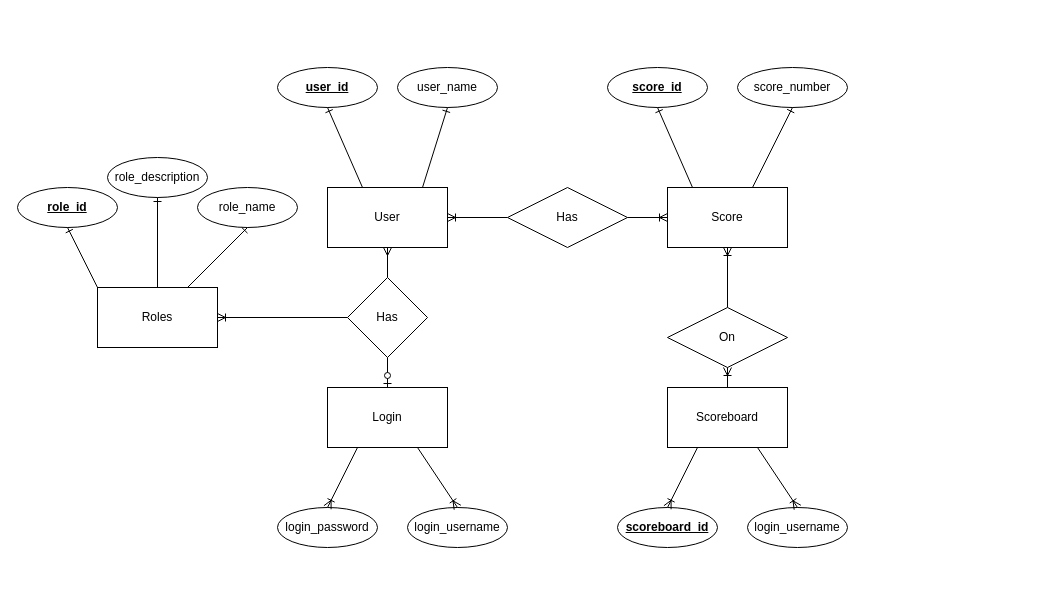
The draw.io diagram CITS3403-ERD.drawio in mattshroom/Agile-Project-2022, before the edit. Source tidied: cells renumbered, new cells numbered last; positions are measured from the earlier drawing's top-left corner, leaving out a move shared by most shapes. Both pictures are drawn from the tidied source at 100%, with x=0, y=0 at pixel (17, 67).
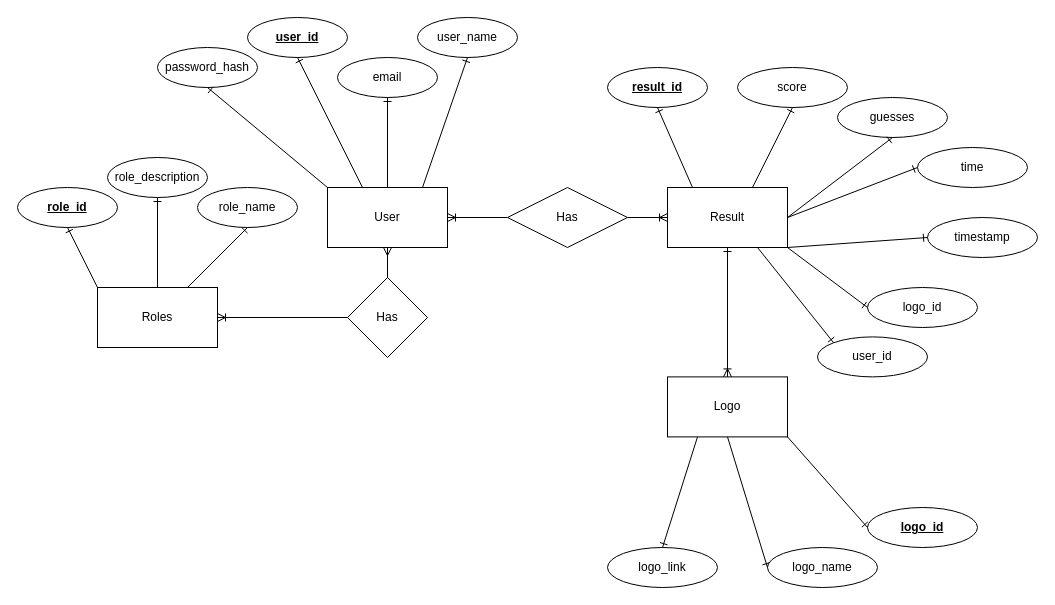
The same page after the edit.

The change refers to these unchanged cells:
```xml
<mxCell id="2" value="User" style="rounded=0;whiteSpace=wrap;html=1;fillColor=default;" parent="1" vertex="1">
  <mxGeometry x="310" y="120" width="120" height="60" as="geometry" />
</mxCell>
<mxCell id="4" value="&lt;div&gt;Has&lt;/div&gt;" style="rhombus;whiteSpace=wrap;html=1;fillColor=default;" parent="1" vertex="1">
  <mxGeometry x="330" y="210" width="80" height="80" as="geometry" />
</mxCell>
```

What changed in the source:
```diff
@@
+    <mxCell id="39" style="rounded=0;jettySize=auto;html=1;exitX=0.5;exitY=1;exitDx=0;exitDy=0;entryX=0.5;entryY=0;entryDx=0;entryDy=0;endArrow=ERoneToMany;endFill=0;startArrow=ERone;startFill=0;" parent="1" edge="1" source="3" target="54">
+      <mxGeometry relative="1" as="geometry" />
+    </mxCell>
-    <mxCell id="3" value="&lt;div&gt;Score&lt;/div&gt;" style="rounded=0;whiteSpace=wrap;html=1;fillColor=default;" parent="1" vertex="1">
+    <mxCell id="3" value="&lt;div&gt;Result&lt;/div&gt;" style="rounded=0;whiteSpace=wrap;html=1;fillColor=default;" parent="1" vertex="1">
       <mxGeometry x="650" y="120" width="120" height="60" as="geometry" />
     </mxCell>
@@
-    <mxCell id="5" value="Login" style="rounded=0;whiteSpace=wrap;html=1;fillColor=default;" parent="1" vertex="1">
-      <mxGeometry x="310" y="320" width="120" height="60" as="geometry" />
-    </mxCell>
@@
-    <mxCell id="7" style="fontSize=12;html=1;endArrow=ERzeroToOne;endFill=1;rounded=0;entryX=0.5;entryY=0;entryDx=0;entryDy=0;exitX=0.5;exitY=1;exitDx=0;exitDy=0;" parent="1" edge="1" source="4" target="5">
-      <mxGeometry relative="1" as="geometry" />
-    </mxCell>
@@
     <mxCell id="9" value="user_name" style="ellipse;whiteSpace=wrap;html=1;align=center;" parent="1" vertex="1">
-      <mxGeometry x="380" width="100" height="40" as="geometry" />
+      <mxGeometry x="400" y="-50" width="100" height="40" as="geometry" />
     </mxCell>
     <mxCell id="10" value="&lt;b&gt;&lt;u&gt;user_id&lt;/u&gt;&lt;/b&gt;" style="ellipse;whiteSpace=wrap;html=1;align=center;" parent="1" vertex="1">
-      <mxGeometry x="260" width="100" height="40" as="geometry" />
+      <mxGeometry x="230" y="-50" width="100" height="40" as="geometry" />
     </mxCell>
@@
-    <mxCell id="21" value="login_password" style="ellipse;whiteSpace=wrap;html=1;align=center;" parent="1" vertex="1">
-      <mxGeometry x="260" y="440" width="100" height="40" as="geometry" />
-    </mxCell>
-    <mxCell id="22" value="&lt;div&gt;login_username&lt;/div&gt;" style="ellipse;whiteSpace=wrap;html=1;align=center;rotation=0;" parent="1" vertex="1">
-      <mxGeometry x="390" y="440" width="100" height="40" as="geometry" />
-    </mxCell>
-    <mxCell id="23" style="fontSize=12;html=1;endArrow=ERoneToMany;rounded=0;exitX=0.75;exitY=1;exitDx=0;exitDy=0;entryX=0.5;entryY=0;entryDx=0;entryDy=0;" parent="1" edge="1" source="5" target="22">
-      <mxGeometry relative="1" as="geometry" />
-    </mxCell>
-    <mxCell id="24" style="fontSize=12;html=1;endArrow=ERoneToMany;rounded=0;exitX=0.25;exitY=1;exitDx=0;exitDy=0;entryX=0.5;entryY=0;entryDx=0;entryDy=0;" parent="1" edge="1" source="5">
-      <mxGeometry relative="1" as="geometry">
-        <mxPoint x="310" y="440" as="targetPoint" />
-      </mxGeometry>
-    </mxCell>
@@
-    <mxCell id="27" value="score_number" style="ellipse;whiteSpace=wrap;html=1;align=center;" parent="1" vertex="1">
+    <mxCell id="27" value="score" style="ellipse;whiteSpace=wrap;html=1;align=center;" parent="1" vertex="1">
       <mxGeometry x="720" width="110" height="40" as="geometry" />
     </mxCell>
-    <mxCell id="28" value="&lt;b&gt;&lt;u&gt;score_id&lt;/u&gt;&lt;/b&gt;" style="ellipse;whiteSpace=wrap;html=1;align=center;" parent="1" vertex="1">
+    <mxCell id="28" value="&lt;b&gt;&lt;u&gt;result_id&lt;/u&gt;&lt;/b&gt;" style="ellipse;whiteSpace=wrap;html=1;align=center;" parent="1" vertex="1">
       <mxGeometry x="590" width="100" height="40" as="geometry" />
     </mxCell>
@@
-    <mxCell id="31" style="fontSize=12;html=1;endArrow=ERoneToMany;rounded=0;exitX=0.5;exitY=0;exitDx=0;exitDy=0;entryX=0.5;entryY=1;entryDx=0;entryDy=0;startArrow=none;" parent="1" edge="1" source="32" target="3">
-      <mxGeometry relative="1" as="geometry" />
-    </mxCell>
-    <mxCell id="32" value="&lt;div&gt;On&lt;/div&gt;" style="shape=rhombus;perimeter=rhombusPerimeter;whiteSpace=wrap;html=1;align=center;" parent="1" vertex="1">
-      <mxGeometry x="650" y="240" width="120" height="60" as="geometry" />
-    </mxCell>
-    <mxCell id="33" value="Scoreboard" style="rounded=0;whiteSpace=wrap;html=1;fillColor=default;" parent="1" vertex="1">
-      <mxGeometry x="650" y="320" width="120" height="60" as="geometry" />
-    </mxCell>
-    <mxCell id="34" value="&lt;u&gt;&lt;b&gt;scoreboard_id&lt;/b&gt;&lt;/u&gt;" style="ellipse;whiteSpace=wrap;html=1;align=center;" parent="1" vertex="1">
-      <mxGeometry x="600" y="440" width="100" height="40" as="geometry" />
-    </mxCell>
-    <mxCell id="35" value="&lt;div&gt;login_username&lt;/div&gt;" style="ellipse;whiteSpace=wrap;html=1;align=center;rotation=0;" parent="1" vertex="1">
-      <mxGeometry x="730" y="440" width="100" height="40" as="geometry" />
-    </mxCell>
-    <mxCell id="36" style="fontSize=12;html=1;endArrow=ERoneToMany;rounded=0;exitX=0.75;exitY=1;exitDx=0;exitDy=0;entryX=0.5;entryY=0;entryDx=0;entryDy=0;" parent="1" edge="1" source="33" target="35">
-      <mxGeometry relative="1" as="geometry" />
-    </mxCell>
-    <mxCell id="37" style="fontSize=12;html=1;endArrow=ERoneToMany;rounded=0;exitX=0.25;exitY=1;exitDx=0;exitDy=0;entryX=0.5;entryY=0;entryDx=0;entryDy=0;" parent="1" edge="1" source="33" target="34">
-      <mxGeometry relative="1" as="geometry" />
-    </mxCell>
-    <mxCell id="38" style="fontSize=12;html=1;endArrow=ERoneToMany;rounded=0;exitX=0.5;exitY=0;exitDx=0;exitDy=0;entryX=0.5;entryY=1;entryDx=0;entryDy=0;startArrow=none;" parent="1" edge="1" source="33" target="32">
-      <mxGeometry relative="1" as="geometry" />
-    </mxCell>
+    <mxCell id="40" value="guesses" style="ellipse;whiteSpace=wrap;html=1;align=center;" parent="1" vertex="1">
+      <mxGeometry x="820" y="30" width="110" height="40" as="geometry" />
+    </mxCell>
+    <mxCell id="41" style="fontSize=12;html=1;endArrow=ERone;endFill=1;rounded=0;entryX=0.5;entryY=1;entryDx=0;entryDy=0;exitX=1;exitY=0.5;exitDx=0;exitDy=0;" parent="1" edge="1" source="3" target="40">
+      <mxGeometry relative="1" as="geometry" />
+    </mxCell>
+    <mxCell id="42" value="time" style="ellipse;whiteSpace=wrap;html=1;align=center;" parent="1" vertex="1">
+      <mxGeometry x="900" y="80" width="110" height="40" as="geometry" />
+    </mxCell>
+    <mxCell id="43" style="fontSize=12;html=1;endArrow=ERone;endFill=1;rounded=0;entryX=0;entryY=0.5;entryDx=0;entryDy=0;exitX=1;exitY=0.5;exitDx=0;exitDy=0;" parent="1" edge="1" source="3" target="42">
+      <mxGeometry relative="1" as="geometry" />
+    </mxCell>
+    <mxCell id="44" value="timestamp" style="ellipse;whiteSpace=wrap;html=1;align=center;" parent="1" vertex="1">
+      <mxGeometry x="910" y="150" width="110" height="40" as="geometry" />
+    </mxCell>
+    <mxCell id="45" style="fontSize=12;html=1;endArrow=ERone;endFill=1;rounded=0;exitX=1;exitY=1;exitDx=0;exitDy=0;entryX=0;entryY=0.5;entryDx=0;entryDy=0;" parent="1" edge="1" source="3" target="44">
+      <mxGeometry relative="1" as="geometry" />
+    </mxCell>
+    <mxCell id="46" value="logo_id" style="ellipse;whiteSpace=wrap;html=1;align=center;" parent="1" vertex="1">
+      <mxGeometry x="850" y="220" width="110" height="40" as="geometry" />
+    </mxCell>
+    <mxCell id="47" style="fontSize=12;html=1;endArrow=ERone;endFill=1;rounded=0;entryX=0;entryY=0.5;entryDx=0;entryDy=0;exitX=1;exitY=1;exitDx=0;exitDy=0;" parent="1" edge="1" source="3" target="46">
+      <mxGeometry relative="1" as="geometry" />
+    </mxCell>
+    <mxCell id="48" value="user_id" style="ellipse;whiteSpace=wrap;html=1;align=center;" parent="1" vertex="1">
+      <mxGeometry x="800" y="269.4" width="110" height="40" as="geometry" />
+    </mxCell>
+    <mxCell id="49" style="fontSize=12;html=1;endArrow=ERone;endFill=1;rounded=0;entryX=0;entryY=0;entryDx=0;entryDy=0;exitX=0.75;exitY=1;exitDx=0;exitDy=0;" parent="1" edge="1" source="3" target="48">
+      <mxGeometry relative="1" as="geometry" />
+    </mxCell>
+    <mxCell id="50" value="email" style="ellipse;whiteSpace=wrap;html=1;align=center;" parent="1" vertex="1">
+      <mxGeometry x="320" y="-10" width="100" height="40" as="geometry" />
+    </mxCell>
+    <mxCell id="51" style="fontSize=12;html=1;endArrow=ERone;endFill=1;rounded=0;entryX=0.5;entryY=1;entryDx=0;entryDy=0;exitX=0.5;exitY=0;exitDx=0;exitDy=0;" parent="1" edge="1" source="2" target="50">
+      <mxGeometry relative="1" as="geometry" />
+    </mxCell>
+    <mxCell id="52" value="password_hash" style="ellipse;whiteSpace=wrap;html=1;align=center;" parent="1" vertex="1">
+      <mxGeometry x="140" y="-20" width="100" height="40" as="geometry" />
+    </mxCell>
+    <mxCell id="53" style="fontSize=12;html=1;endArrow=ERone;endFill=1;rounded=0;entryX=0.5;entryY=1;entryDx=0;entryDy=0;exitX=0;exitY=0;exitDx=0;exitDy=0;" parent="1" edge="1" source="2" target="52">
+      <mxGeometry relative="1" as="geometry" />
+    </mxCell>
+    <mxCell id="54" value="Logo" style="rounded=0;whiteSpace=wrap;html=1;" parent="1" vertex="1">
+      <mxGeometry x="650" y="309.4" width="120" height="60" as="geometry" />
+    </mxCell>
+    <mxCell id="55" value="logo_id" style="ellipse;whiteSpace=wrap;html=1;align=center;fontStyle=5;" parent="1" vertex="1">
+      <mxGeometry x="850" y="440" width="110" height="40" as="geometry" />
+    </mxCell>
+    <mxCell id="56" style="fontSize=12;html=1;endArrow=ERone;endFill=1;rounded=0;entryX=0;entryY=0.5;entryDx=0;entryDy=0;exitX=1;exitY=1;exitDx=0;exitDy=0;" parent="1" edge="1" source="54" target="55">
+      <mxGeometry relative="1" as="geometry" />
+    </mxCell>
+    <mxCell id="57" value="logo_name" style="ellipse;whiteSpace=wrap;html=1;align=center;" parent="1" vertex="1">
+      <mxGeometry x="750" y="480" width="110" height="40" as="geometry" />
+    </mxCell>
+    <mxCell id="58" style="fontSize=12;html=1;endArrow=ERone;endFill=1;rounded=0;entryX=0;entryY=0.5;entryDx=0;entryDy=0;exitX=0.5;exitY=1;exitDx=0;exitDy=0;" parent="1" edge="1" source="54" target="57">
+      <mxGeometry relative="1" as="geometry" />
+    </mxCell>
+    <mxCell id="59" value="logo_link" style="ellipse;whiteSpace=wrap;html=1;align=center;" parent="1" vertex="1">
+      <mxGeometry x="590" y="480" width="110" height="40" as="geometry" />
+    </mxCell>
+    <mxCell id="60" style="fontSize=12;html=1;endArrow=ERone;endFill=1;rounded=0;entryX=0.5;entryY=0;entryDx=0;entryDy=0;exitX=0.25;exitY=1;exitDx=0;exitDy=0;" parent="1" edge="1" source="54" target="59">
+      <mxGeometry relative="1" as="geometry" />
+    </mxCell>
```
